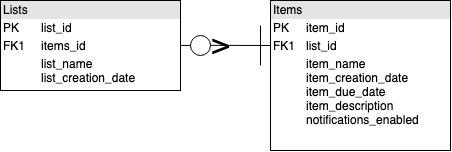
Earlier version of the draw.io export SOFT161 Honors DB Diagram.png (Bracciata/SOFT161HonorsProject). Source tidied: cells renumbered, new cells last; positions are measured from the earlier drawing's top-left corner, leaving out a move shared by most shapes.
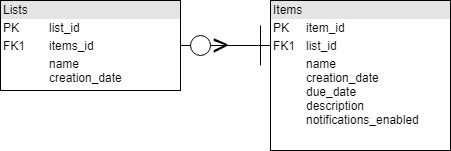
The same file after the commit.

Commit message:
Updated database diagram.

The edit, as a diff of the source:
```diff
@@ -2,10 +2,10 @@
   <root>
     <mxCell id="0" />
     <mxCell id="1" parent="0" />
-    <mxCell id="2" value="&lt;div style=&quot;box-sizing: border-box ; width: 100% ; background: #e4e4e4 ; padding: 2px&quot;&gt;Lists&lt;/div&gt;&lt;table style=&quot;width: 100% ; font-size: 1em&quot; cellpadding=&quot;2&quot; cellspacing=&quot;0&quot;&gt;&lt;tbody&gt;&lt;tr&gt;&lt;td&gt;PK&lt;/td&gt;&lt;td&gt;list_id&lt;/td&gt;&lt;/tr&gt;&lt;tr&gt;&lt;td&gt;FK1&lt;/td&gt;&lt;td&gt;items_id&lt;/td&gt;&lt;/tr&gt;&lt;tr&gt;&lt;td&gt;&lt;/td&gt;&lt;td&gt;list_name&lt;br&gt;list_creation_date&lt;br&gt;&lt;br&gt;&lt;/td&gt;&lt;/tr&gt;&lt;/tbody&gt;&lt;/table&gt;" style="verticalAlign=top;align=left;overflow=fill;html=1;" parent="1" vertex="1">
+    <mxCell id="2" value="&lt;div style=&quot;box-sizing: border-box ; width: 100% ; background: #e4e4e4 ; padding: 2px&quot;&gt;Lists&lt;/div&gt;&lt;table style=&quot;width: 100% ; font-size: 1em&quot; cellpadding=&quot;2&quot; cellspacing=&quot;0&quot;&gt;&lt;tbody&gt;&lt;tr&gt;&lt;td&gt;PK&lt;/td&gt;&lt;td&gt;list_id&lt;/td&gt;&lt;/tr&gt;&lt;tr&gt;&lt;td&gt;FK1&lt;/td&gt;&lt;td&gt;items_id&lt;/td&gt;&lt;/tr&gt;&lt;tr&gt;&lt;td&gt;&lt;/td&gt;&lt;td&gt;name&lt;br&gt;creation_date&lt;br&gt;&lt;br&gt;&lt;/td&gt;&lt;/tr&gt;&lt;/tbody&gt;&lt;/table&gt;" style="verticalAlign=top;align=left;overflow=fill;html=1;" parent="1" vertex="1">
       <mxGeometry width="180" height="90" as="geometry" />
     </mxCell>
-    <mxCell id="3" value="&lt;div style=&quot;box-sizing: border-box ; width: 100% ; background: #e4e4e4 ; padding: 2px&quot;&gt;Items&lt;/div&gt;&lt;table style=&quot;width: 100% ; font-size: 1em&quot; cellpadding=&quot;2&quot; cellspacing=&quot;0&quot;&gt;&lt;tbody&gt;&lt;tr&gt;&lt;td&gt;PK&lt;/td&gt;&lt;td&gt;item_id&lt;/td&gt;&lt;/tr&gt;&lt;tr&gt;&lt;td&gt;FK1&lt;/td&gt;&lt;td&gt;list_id&lt;/td&gt;&lt;/tr&gt;&lt;tr&gt;&lt;td&gt;&lt;/td&gt;&lt;td&gt;item_name&lt;br&gt;item_creation_date&lt;br&gt;item_due_date&lt;br&gt;item_description&lt;br&gt;notifications_enabled&lt;br&gt;&lt;br&gt;&lt;br&gt;&lt;/td&gt;&lt;/tr&gt;&lt;/tbody&gt;&lt;/table&gt;" style="verticalAlign=top;align=left;overflow=fill;html=1;" parent="1" vertex="1">
+    <mxCell id="3" value="&lt;div style=&quot;box-sizing: border-box ; width: 100% ; background: #e4e4e4 ; padding: 2px&quot;&gt;Items&lt;/div&gt;&lt;table style=&quot;width: 100% ; font-size: 1em&quot; cellpadding=&quot;2&quot; cellspacing=&quot;0&quot;&gt;&lt;tbody&gt;&lt;tr&gt;&lt;td&gt;PK&lt;/td&gt;&lt;td&gt;item_id&lt;/td&gt;&lt;/tr&gt;&lt;tr&gt;&lt;td&gt;FK1&lt;/td&gt;&lt;td&gt;list_id&lt;/td&gt;&lt;/tr&gt;&lt;tr&gt;&lt;td&gt;&lt;/td&gt;&lt;td&gt;name&lt;br&gt;creation_date&lt;br&gt;due_date&lt;br&gt;description&lt;br&gt;notifications_enabled&lt;br&gt;&lt;br&gt;&lt;br&gt;&lt;/td&gt;&lt;/tr&gt;&lt;/tbody&gt;&lt;/table&gt;" style="verticalAlign=top;align=left;overflow=fill;html=1;" parent="1" vertex="1">
       <mxGeometry x="270" width="180" height="150" as="geometry" />
     </mxCell>
     <mxCell id="4" style="endArrow=none;html=1;exitX=1;exitY=0.5;exitDx=0;exitDy=0;" parent="1" edge="1" source="5">
```
